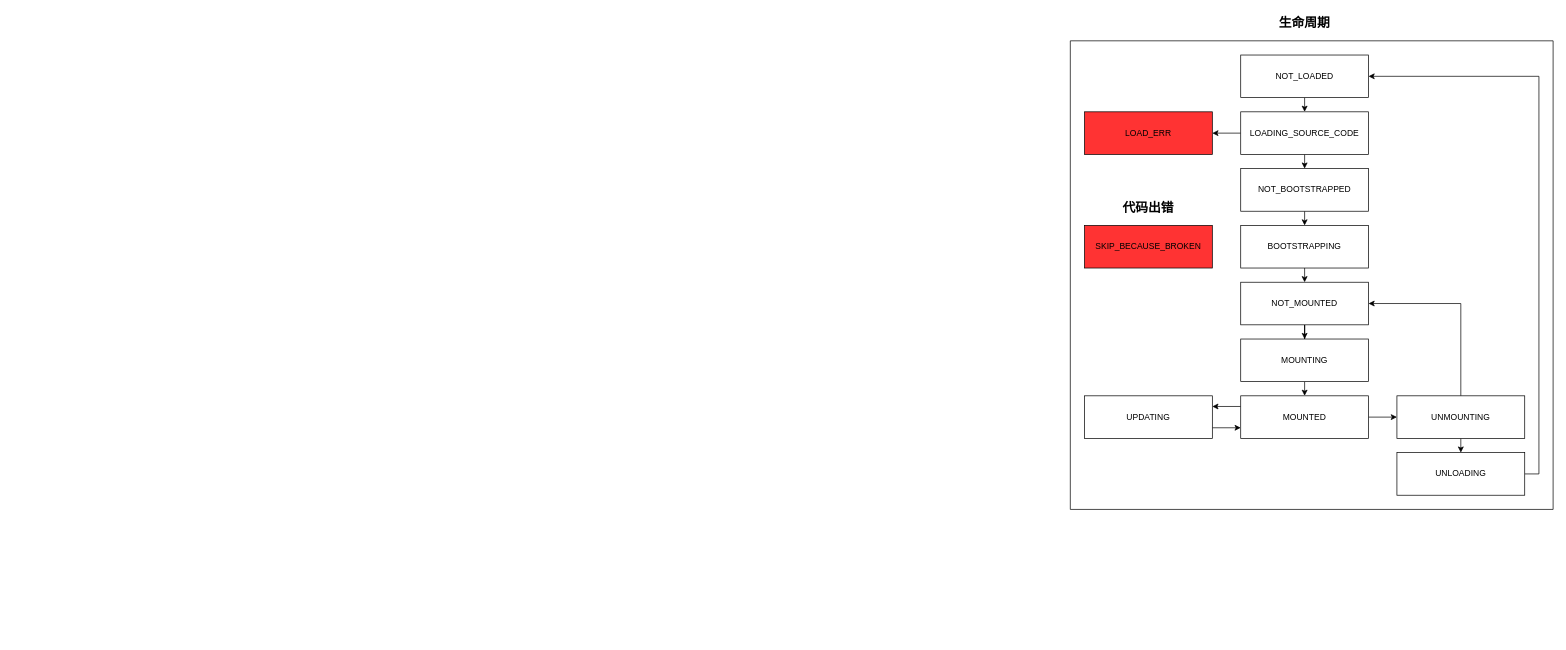
Earlier version of the draw.io diagram assets_drawio/diagram.drawio (micaiguai/note). Source tidied: cells renumbered, new cells numbered last; positions are measured from the earlier drawing's top-left corner, leaving out a move shared by most shapes. Both pictures are drawn from the tidied source at 71%, with x=0, y=0 at pixel (1070, 12).
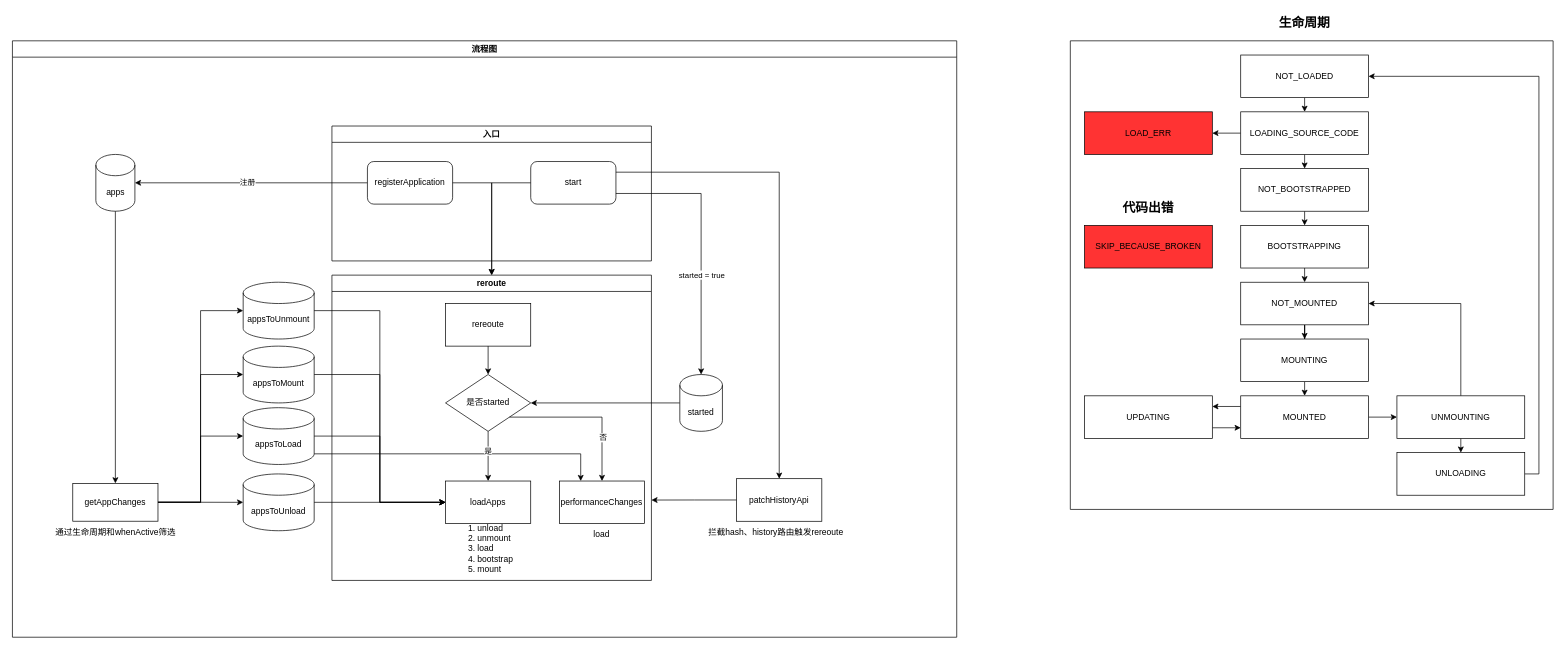
After the change.

Change to the diagram source:
```diff
@@
+    <mxCell id="30" value="apps" style="shape=cylinder3;whiteSpace=wrap;html=1;boundedLbl=1;backgroundOutline=1;size=15;" parent="1" vertex="1">
+      <mxGeometry x="-1372.5" y="200" width="55" height="80" as="geometry" />
+    </mxCell>
+    <mxCell id="31" style="endArrow=classic;html=1;rounded=0;exitX=0;exitY=0.5;exitDx=0;exitDy=0;entryX=1;entryY=0.5;entryDx=0;entryDy=0;entryPerimeter=0;" parent="1" edge="1" source="34" target="30">
+      <mxGeometry relative="1" as="geometry" />
+    </mxCell>
+    <mxCell id="32" value="注册" style="edgeLabel;html=1;align=center;verticalAlign=middle;" parent="31" vertex="1">
+      <mxGeometry x="0.04" y="-1" relative="1" as="geometry" />
+    </mxCell>
+    <mxCell id="33" value="入口" style="swimlane;whiteSpace=wrap;html=1;" parent="1" vertex="1">
+      <mxGeometry x="-1040" y="160" width="450" height="190" as="geometry" />
+    </mxCell>
+    <mxCell id="34" value="registerApplication" style="rounded=1;whiteSpace=wrap;html=1;" parent="33" vertex="1">
+      <mxGeometry x="50" y="50" width="120" height="60" as="geometry" />
+    </mxCell>
+    <mxCell id="35" value="start" style="rounded=1;whiteSpace=wrap;html=1;" parent="33" vertex="1">
+      <mxGeometry x="280" y="50" width="120" height="60" as="geometry" />
+    </mxCell>
+    <mxCell id="36" style="edgeStyle=orthogonalEdgeStyle;rounded=0;jettySize=auto;html=1;exitX=0;exitY=0.5;exitDx=0;exitDy=0;entryX=1;entryY=0.5;entryDx=0;entryDy=0;exitPerimeter=0;" parent="1" edge="1" source="39" target="42">
+      <mxGeometry relative="1" as="geometry" />
+    </mxCell>
+    <mxCell id="37" style="edgeStyle=orthogonalEdgeStyle;rounded=0;jettySize=auto;html=1;exitX=1;exitY=0.75;exitDx=0;exitDy=0;entryX=0.5;entryY=0;entryDx=0;entryDy=0;entryPerimeter=0;" parent="1" edge="1" source="35" target="39">
+      <mxGeometry relative="1" as="geometry" />
+    </mxCell>
+    <mxCell id="38" value="started = true" style="edgeLabel;html=1;align=center;verticalAlign=middle;" parent="37" vertex="1">
+      <mxGeometry x="0.13" y="1" relative="1" as="geometry">
+        <mxPoint x="-1" y="22" as="offset" />
+      </mxGeometry>
+    </mxCell>
+    <mxCell id="39" value="started" style="shape=cylinder3;whiteSpace=wrap;html=1;boundedLbl=1;backgroundOutline=1;size=15;" parent="1" vertex="1">
+      <mxGeometry x="-550" y="510" width="60" height="80" as="geometry" />
+    </mxCell>
+    <mxCell id="40" style="edgeStyle=orthogonalEdgeStyle;rounded=0;jettySize=auto;html=1;exitX=1;exitY=0.25;exitDx=0;exitDy=0;entryX=0.5;entryY=0;entryDx=0;entryDy=0;" parent="1" edge="1" source="35" target="51">
+      <mxGeometry relative="1" as="geometry" />
+    </mxCell>
+    <mxCell id="41" value="reroute" style="swimlane;whiteSpace=wrap;html=1;" parent="1" vertex="1">
+      <mxGeometry x="-1040" y="370" width="450" height="430" as="geometry" />
+    </mxCell>
+    <mxCell id="42" value="是否started" style="rhombus;whiteSpace=wrap;html=1;" parent="41" vertex="1">
+      <mxGeometry x="160" y="140" width="120" height="80" as="geometry" />
+    </mxCell>
+    <mxCell id="43" value="rereoute" style="rounded=0;whiteSpace=wrap;html=1;" parent="41" vertex="1">
+      <mxGeometry x="160" y="40" width="120" height="60" as="geometry" />
+    </mxCell>
+    <mxCell id="44" style="edgeStyle=orthogonalEdgeStyle;rounded=0;jettySize=auto;html=1;entryX=0.5;entryY=0;entryDx=0;entryDy=0;" parent="41" edge="1" source="43" target="42">
+      <mxGeometry relative="1" as="geometry" />
+    </mxCell>
+    <mxCell id="45" style="edgeStyle=orthogonalEdgeStyle;rounded=0;jettySize=auto;html=1;exitX=0;exitY=0.5;exitDx=0;exitDy=0;entryX=0.5;entryY=0;entryDx=0;entryDy=0;" parent="1" edge="1" source="35" target="41">
+      <mxGeometry relative="1" as="geometry" />
+    </mxCell>
+    <mxCell id="46" style="edgeStyle=orthogonalEdgeStyle;rounded=0;jettySize=auto;html=1;exitX=1;exitY=0.5;exitDx=0;exitDy=0;entryX=0.5;entryY=0;entryDx=0;entryDy=0;" parent="1" edge="1" source="34" target="41">
+      <mxGeometry relative="1" as="geometry" />
+    </mxCell>
+    <mxCell id="47" style="edgeStyle=orthogonalEdgeStyle;rounded=0;jettySize=auto;html=1;entryX=0.5;entryY=0;entryDx=0;entryDy=0;" parent="1" edge="1" source="30" target="52">
+      <mxGeometry relative="1" as="geometry" />
+    </mxCell>
+    <mxCell id="48" value="流程图" style="swimlane;whiteSpace=wrap;html=1;" parent="1" vertex="1">
+      <mxGeometry x="-1490" y="40" width="1330" height="840" as="geometry" />
+    </mxCell>
+    <mxCell id="49" value="loadApps" style="rounded=0;whiteSpace=wrap;html=1;" parent="48" vertex="1">
+      <mxGeometry x="610" y="620" width="120" height="60" as="geometry" />
+    </mxCell>
+    <mxCell id="50" style="edgeStyle=orthogonalEdgeStyle;rounded=0;jettySize=auto;html=1;exitX=0;exitY=0.5;exitDx=0;exitDy=0;" parent="48" edge="1" source="51">
+      <mxGeometry relative="1" as="geometry">
+        <mxPoint x="900" y="646.8" as="targetPoint" />
+      </mxGeometry>
+    </mxCell>
+    <mxCell id="51" value="patchHistoryApi" style="rounded=0;whiteSpace=wrap;html=1;" parent="48" vertex="1">
+      <mxGeometry x="1020" y="616.7" width="120" height="60" as="geometry" />
+    </mxCell>
+    <mxCell id="52" value="getAppChanges" style="rounded=0;whiteSpace=wrap;html=1;" parent="48" vertex="1">
+      <mxGeometry x="85" y="623.3" width="120" height="53.3" as="geometry" />
+    </mxCell>
+    <mxCell id="53" style="group;" parent="48" vertex="1">
+      <mxGeometry x="210" y="596.7" width="215" height="93.3" as="geometry" />
+    </mxCell>
+    <mxCell id="54" value="appsToUnload" style="shape=cylinder3;whiteSpace=wrap;html=1;boundedLbl=1;backgroundOutline=1;size=15;" parent="53" vertex="1">
+      <mxGeometry x="115" y="13.3" width="100" height="80" as="geometry" />
+    </mxCell>
+    <mxCell id="55" style="edgeStyle=orthogonalEdgeStyle;rounded=0;jettySize=auto;html=1;exitX=1;exitY=0.5;exitDx=0;exitDy=0;exitPerimeter=0;" parent="48" edge="1" source="54" target="49">
+      <mxGeometry relative="1" as="geometry" />
+    </mxCell>
+    <mxCell id="56" style="edgeStyle=orthogonalEdgeStyle;rounded=0;jettySize=auto;html=1;entryX=0;entryY=0.5;entryDx=0;entryDy=0;entryPerimeter=0;" parent="48" edge="1" source="52" target="54">
+      <mxGeometry relative="1" as="geometry" />
+    </mxCell>
+    <mxCell id="57" value="appsToLoad" style="shape=cylinder3;whiteSpace=wrap;html=1;boundedLbl=1;backgroundOutline=1;size=15;" parent="48" vertex="1">
+      <mxGeometry x="325" y="516.7" width="100" height="80" as="geometry" />
+    </mxCell>
+    <mxCell id="58" style="edgeStyle=orthogonalEdgeStyle;rounded=0;jettySize=auto;html=1;exitX=1;exitY=0.5;exitDx=0;exitDy=0;exitPerimeter=0;entryX=0;entryY=0.5;entryDx=0;entryDy=0;" parent="48" edge="1" source="57" target="49">
+      <mxGeometry relative="1" as="geometry" />
+    </mxCell>
+    <mxCell id="59" style="edgeStyle=orthogonalEdgeStyle;rounded=0;jettySize=auto;html=1;entryX=0;entryY=0.5;entryDx=0;entryDy=0;entryPerimeter=0;" parent="48" edge="1" source="52" target="57">
+      <mxGeometry relative="1" as="geometry" />
+    </mxCell>
+    <mxCell id="60" value="appsToMount" style="shape=cylinder3;whiteSpace=wrap;html=1;boundedLbl=1;backgroundOutline=1;size=15;" parent="48" vertex="1">
+      <mxGeometry x="325" y="430" width="100" height="80" as="geometry" />
+    </mxCell>
+    <mxCell id="61" style="edgeStyle=orthogonalEdgeStyle;rounded=0;jettySize=auto;html=1;exitX=1;exitY=0.5;exitDx=0;exitDy=0;exitPerimeter=0;entryX=0;entryY=0.5;entryDx=0;entryDy=0;" parent="48" edge="1" source="60" target="49">
+      <mxGeometry relative="1" as="geometry" />
+    </mxCell>
+    <mxCell id="62" style="edgeStyle=orthogonalEdgeStyle;rounded=0;jettySize=auto;html=1;entryX=0;entryY=0.5;entryDx=0;entryDy=0;entryPerimeter=0;" parent="48" edge="1" source="52" target="60">
+      <mxGeometry relative="1" as="geometry" />
+    </mxCell>
+    <mxCell id="63" value="appsToUnmount" style="shape=cylinder3;whiteSpace=wrap;html=1;boundedLbl=1;backgroundOutline=1;size=15;" parent="48" vertex="1">
+      <mxGeometry x="325" y="340" width="100" height="80" as="geometry" />
+    </mxCell>
+    <mxCell id="64" style="edgeStyle=orthogonalEdgeStyle;rounded=0;jettySize=auto;html=1;exitX=1;exitY=0.5;exitDx=0;exitDy=0;exitPerimeter=0;entryX=0;entryY=0.5;entryDx=0;entryDy=0;" parent="48" edge="1" source="63" target="49">
+      <mxGeometry relative="1" as="geometry" />
+    </mxCell>
+    <mxCell id="65" style="edgeStyle=orthogonalEdgeStyle;rounded=0;jettySize=auto;html=1;entryX=0;entryY=0.5;entryDx=0;entryDy=0;entryPerimeter=0;" parent="48" edge="1" source="52" target="63">
+      <mxGeometry relative="1" as="geometry" />
+    </mxCell>
+    <mxCell id="66" value="通过生命周期和whenActive筛选" style="text;html=1;align=center;verticalAlign=middle;strokeColor=none;fillColor=none;" parent="48" vertex="1">
+      <mxGeometry x="50" y="676.7" width="190" height="30" as="geometry" />
+    </mxCell>
+    <mxCell id="67" value="&lt;div&gt;1. unload&lt;/div&gt;&lt;div&gt;2. unmount&lt;/div&gt;&lt;div&gt;3. load&lt;/div&gt;&lt;div&gt;4. bootstrap&lt;/div&gt;&lt;div&gt;5. mount&lt;/div&gt;" style="text;html=1;strokeColor=none;fillColor=none;align=left;verticalAlign=middle;whiteSpace=wrap;rounded=0;" parent="48" vertex="1">
+      <mxGeometry x="640" y="680" width="90" height="70" as="geometry" />
+    </mxCell>
+    <mxCell id="68" value="performanceChanges" style="rounded=0;whiteSpace=wrap;html=1;" parent="48" vertex="1">
+      <mxGeometry x="770.4" y="620" width="120" height="60" as="geometry" />
+    </mxCell>
+    <mxCell id="69" style="edgeStyle=orthogonalEdgeStyle;rounded=0;jettySize=auto;html=1;exitX=1;exitY=1;exitDx=0;exitDy=-15;exitPerimeter=0;entryX=0.25;entryY=0;entryDx=0;entryDy=0;" parent="48" edge="1" source="57" target="68">
+      <mxGeometry relative="1" as="geometry" />
+    </mxCell>
+    <mxCell id="70" value="load" style="text;html=1;strokeColor=none;fillColor=none;align=center;verticalAlign=middle;whiteSpace=wrap;rounded=0;" parent="48" vertex="1">
+      <mxGeometry x="800.4" y="680" width="60" height="30" as="geometry" />
+    </mxCell>
+    <mxCell id="71" value="拦截hash、history路由触发rereoute" style="text;html=1;align=center;verticalAlign=middle;strokeColor=none;fillColor=none;" parent="48" vertex="1">
+      <mxGeometry x="970" y="676.7" width="210" height="30" as="geometry" />
+    </mxCell>
+    <mxCell id="72" style="edgeStyle=orthogonalEdgeStyle;rounded=0;jettySize=auto;html=1;exitX=0.5;exitY=1;exitDx=0;exitDy=0;entryX=0.5;entryY=0;entryDx=0;entryDy=0;" parent="1" edge="1" source="42" target="49">
+      <mxGeometry relative="1" as="geometry" />
+    </mxCell>
+    <mxCell id="73" value="是" style="edgeLabel;html=1;align=center;verticalAlign=middle;" parent="72" vertex="1">
+      <mxGeometry x="-0.38" y="-1" relative="1" as="geometry">
+        <mxPoint y="5" as="offset" />
+      </mxGeometry>
+    </mxCell>
+    <mxCell id="74" style="edgeStyle=orthogonalEdgeStyle;rounded=0;jettySize=auto;html=1;exitX=1;exitY=1;exitDx=0;exitDy=0;entryX=0.5;entryY=0;entryDx=0;entryDy=0;" parent="1" edge="1" source="42" target="68">
+      <mxGeometry relative="1" as="geometry" />
+    </mxCell>
+    <mxCell id="75" value="否" style="edgeLabel;html=1;align=center;verticalAlign=middle;" parent="74" vertex="1">
+      <mxGeometry x="0.44" y="1" relative="1" as="geometry" />
+    </mxCell>
```
